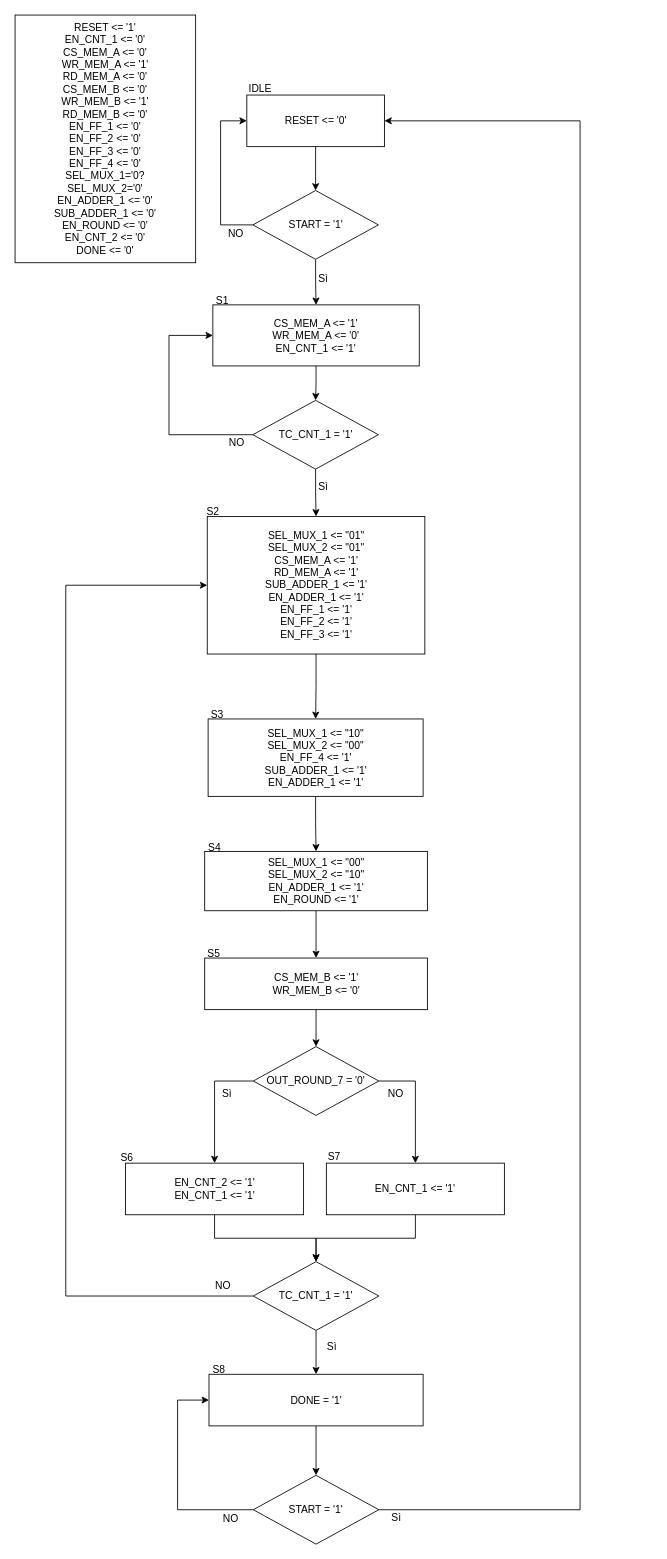
The draw.io diagram lab6/Control ASM.drawio in leobel96/Polito-ESD-NeuralNetwork, before the edit. Source tidied: cells renumbered, new cells numbered last; positions are measured from the earlier drawing's top-left corner, leaving out a move shared by most shapes. Both pictures are drawn from the tidied source at 86%, with x=0, y=0 at pixel (15, 15).
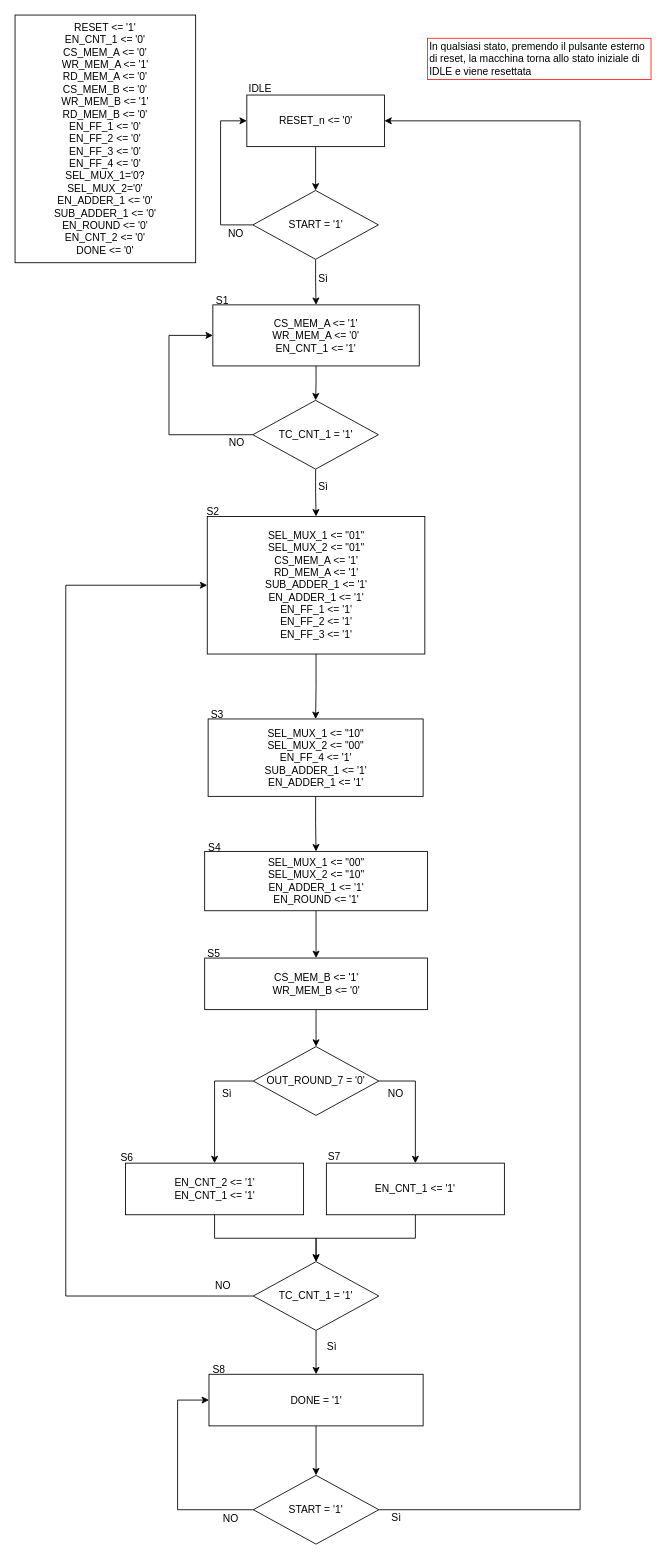
The same diagram, later.

Diff of the diagram source:
```diff
@@
-    <mxCell id="3" value="&lt;div&gt;RESET &amp;lt;= '0'&lt;/div&gt;" style="rounded=0;whiteSpace=wrap;html=1;" parent="1" vertex="1">
+    <mxCell id="3" value="&lt;div&gt;RESET_n &amp;lt;= '0'&lt;/div&gt;" style="rounded=0;whiteSpace=wrap;html=1;" parent="1" vertex="1">
       <mxGeometry x="269.5" y="93" width="160" height="60" as="geometry" />
     </mxCell>
@@
+    <mxCell id="55" value="&lt;div&gt;In qualsiasi stato, premendo il pulsante esterno &lt;br&gt;&lt;/div&gt;&lt;div&gt;di reset, la macchina torna allo stato iniziale di&lt;/div&gt;&lt;div&gt;IDLE e viene resettata&lt;br&gt;&lt;/div&gt;" style="text;html=1;align=left;verticalAlign=top;spacingTop=-4;strokeColor=#FF1C1C;" parent="1" vertex="1">
+      <mxGeometry x="479.5" y="27" width="260" height="48" as="geometry" />
+    </mxCell>
```
